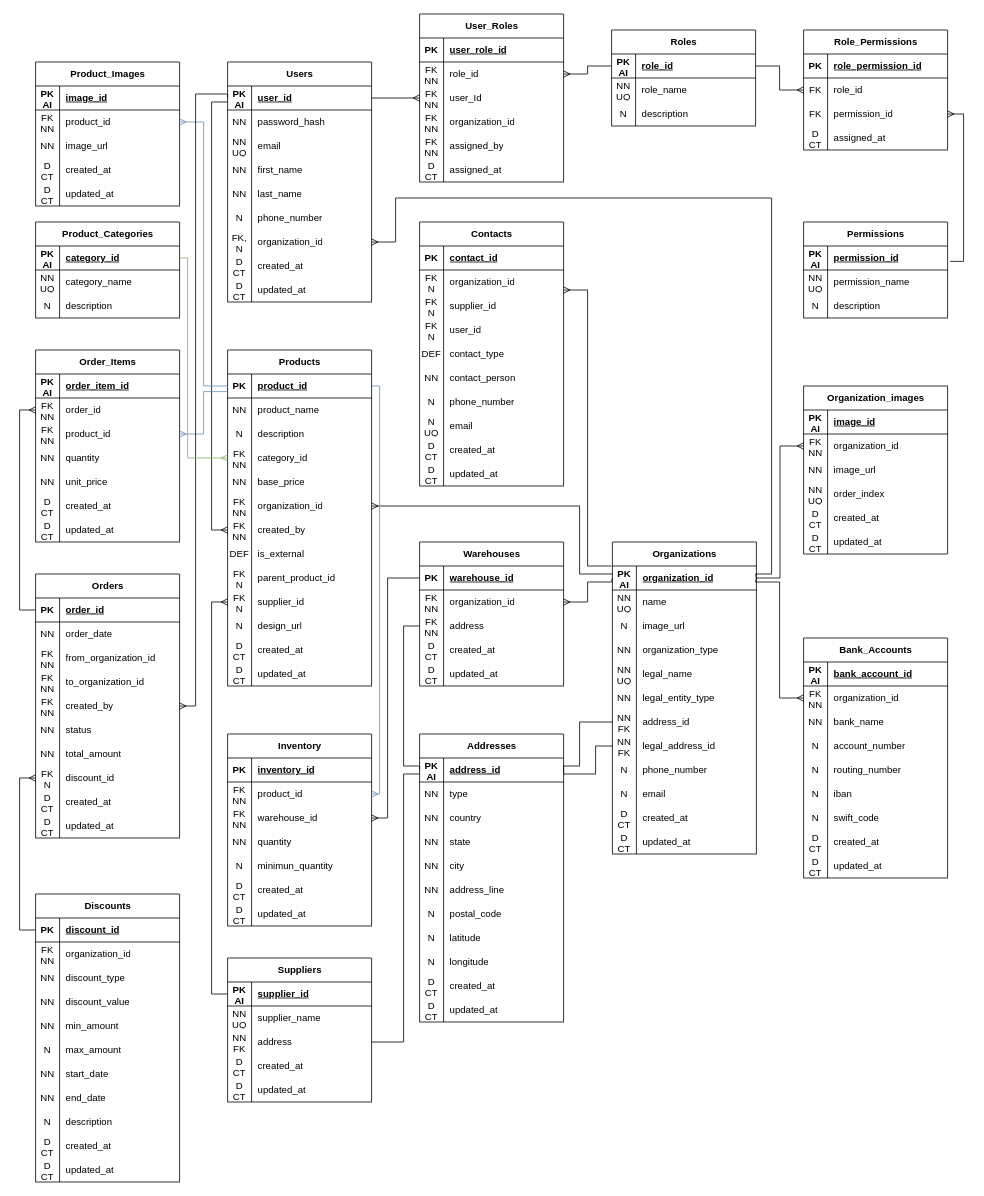
arsen1234567/erp keeps this draw.io diagram as diagram/Диаграмма без названия.drawio. Above is the earlier version. Source tidied: cells renumbered, new cells numbered last; positions are measured from the earlier drawing's top-left corner, leaving out a move shared by most shapes. Both pictures are drawn from the tidied source at 80%, with x=0, y=0 at pixel (35, 14).
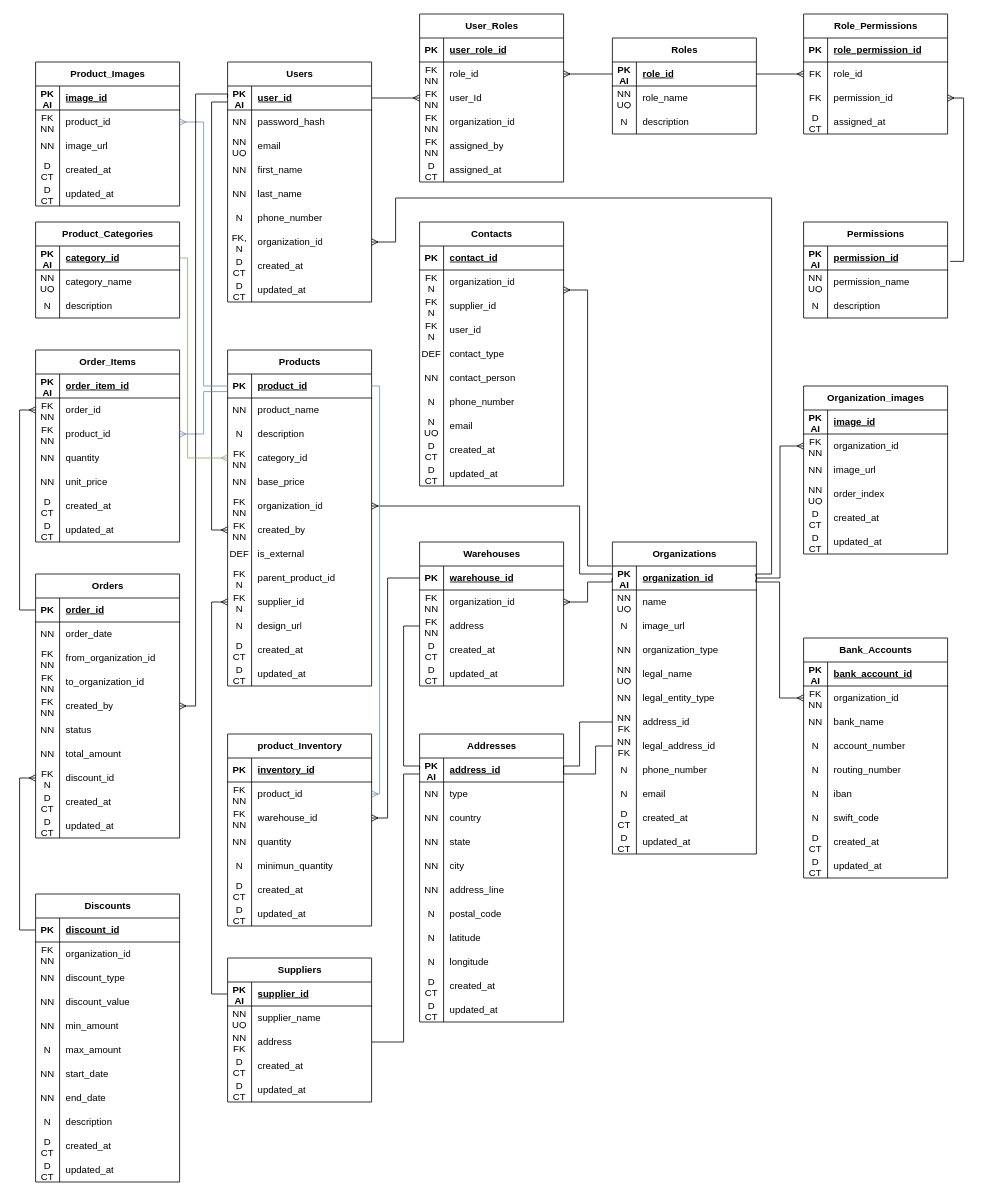
Above is the later version.

Unchanged cells that the change refers to:
```xml
<mxCell id="47" style="shape=tableRow;horizontal=0;startSize=0;swimlaneHead=0;swimlaneBody=0;fillColor=none;points=[[0,0.5],[1,0.5]];portConstraint=eastwest;top=0;left=0;right=0;bottom=0;" parent="40" vertex="1">
  <mxGeometry y="90" width="180" height="30" as="geometry" />
</mxCell>
<mxCell id="54" style="shape=tableRow;horizontal=0;startSize=0;swimlaneHead=0;swimlaneBody=0;fillColor=none;points=[[0,0.5],[1,0.5]];portConstraint=eastwest;top=0;left=0;right=0;bottom=1;" parent="53" vertex="1">
  <mxGeometry y="30" width="180" height="30" as="geometry" />
</mxCell>
```

Diff of the diagram source:
```diff
@@
     <mxCell id="30" value="Roles" style="shape=table;startSize=30;childLayout=tableLayout;rowLines=0;fontStyle=1;align=center;html=1;" parent="1" vertex="1">
-      <mxGeometry x="720" y="20" width="180" height="120" as="geometry" />
+      <mxGeometry x="721" y="30" width="180" height="120" as="geometry" />
     </mxCell>
@@
     <mxCell id="40" value="Role_Permissions" style="shape=table;startSize=30;childLayout=tableLayout;rowLines=0;fontStyle=1;align=center;html=1;" parent="1" vertex="1">
-      <mxGeometry x="960" y="20" width="180" height="150" as="geometry" />
+      <mxGeometry x="960" width="180" height="150" as="geometry" />
     </mxCell>
@@
-    <mxCell id="185" value="Inventory" style="shape=table;startSize=30;childLayout=tableLayout;rowLines=0;fontStyle=1;align=center;html=1;" parent="1" vertex="1">
+    <mxCell id="185" value="product_Inventory" style="shape=table;startSize=30;childLayout=tableLayout;rowLines=0;fontStyle=1;align=center;html=1;" parent="1" vertex="1">
       <mxGeometry x="240" y="900" width="180" height="240" as="geometry" />
     </mxCell>
@@
     <mxCell id="441" style="edgeStyle=orthogonalEdgeStyle;rounded=0;jettySize=auto;html=1;entryX=1.017;entryY=0.641;entryDx=0;entryDy=0;entryPerimeter=0;startArrow=ERmany;startFill=0;endArrow=none;endFill=0;" parent="1" edge="1" source="47" target="54">
       <mxGeometry relative="1" as="geometry">
         <Array as="points">
-          <mxPoint x="1160" y="125" />
+          <mxPoint x="1160" y="105" />
           <mxPoint x="1160" y="309" />
         </Array>
       </mxGeometry>
     </mxCell>
```
